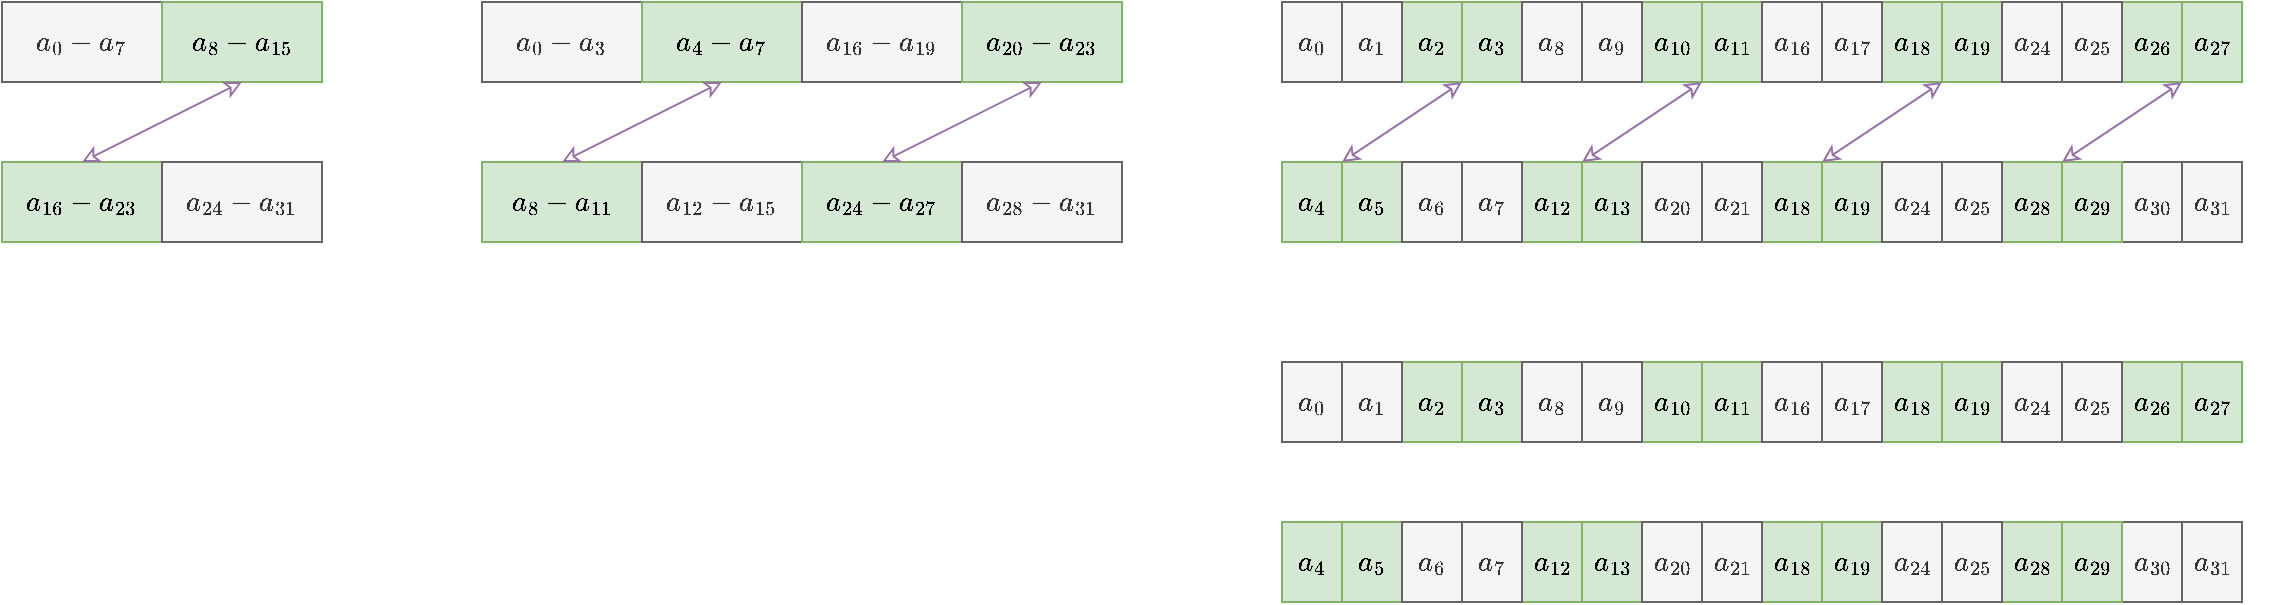
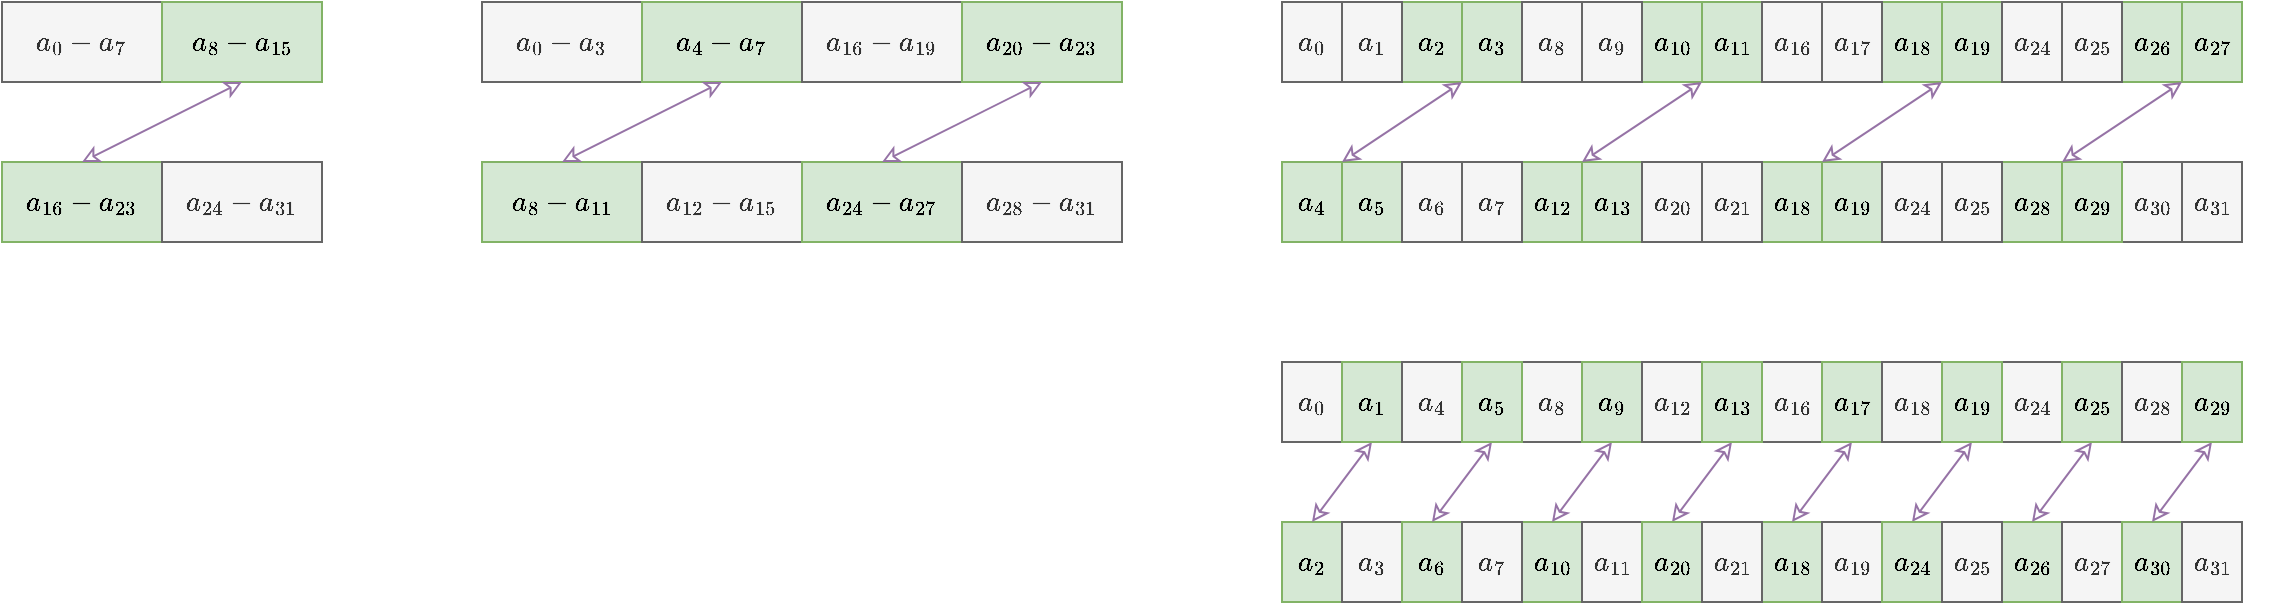
<mxfile host="app.diagrams.net" agent="Mozilla/5.0 (Windows NT 10.0; Win64; x64) AppleWebKit/537.36 (KHTML, like Gecko) Chrome/147.0.0.0 Safari/537.36">
  <diagram name="第 1 页" id="UbJ6MV8FVpi-ZYWMkB0j">
-     <mxGraphModel dx="964" dy="629" grid="1" gridSize="10" guides="1" tooltips="1" connect="1" arrows="1" fold="1" page="1" pageScale="1" pageWidth="1169" pageHeight="827" math="1" shadow="0">
+     <mxGraphModel dx="730" dy="472" grid="1" gridSize="10" guides="1" tooltips="1" connect="1" arrows="1" fold="1" page="1" pageScale="1" pageWidth="1169" pageHeight="827" math="1" shadow="0">
      <root>
        <mxCell id="0" />
        <mxCell id="1" parent="0" />
        <mxCell id="DzIEUbVQHIe73PoZphK8-167" parent="1" style="rounded=0;whiteSpace=wrap;html=1;fontFamily=Helvetica;fontSize=12;fillColor=#f5f5f5;fontColor=#333333;strokeColor=#666666;" value="$$a_{0}$$" vertex="1">
          <mxGeometry height="40" width="30" x="660" y="60" as="geometry" />
        </mxCell>
        <mxCell id="DzIEUbVQHIe73PoZphK8-168" parent="1" style="rounded=0;whiteSpace=wrap;html=1;fontSize=12;fillColor=#f5f5f5;fontColor=#333333;strokeColor=#666666;" value="$$a_{0} - a_{7}$$" vertex="1">
          <mxGeometry height="40" width="80" x="20" y="60" as="geometry" />
        </mxCell>
        <mxCell id="DzIEUbVQHIe73PoZphK8-169" parent="1" style="rounded=0;whiteSpace=wrap;html=1;fontSize=12;fillColor=#d5e8d4;strokeColor=#82b366;" value="$$a_{8} - a_{15}$$" vertex="1">
          <mxGeometry height="40" width="80" x="100" y="60" as="geometry" />
        </mxCell>
        <mxCell id="DzIEUbVQHIe73PoZphK8-170" parent="1" style="rounded=0;whiteSpace=wrap;html=1;fontSize=12;fillColor=#d5e8d4;strokeColor=#82b366;" value="$$a_{16} - a_{23}$$" vertex="1">
          <mxGeometry height="40" width="80" x="20" y="140" as="geometry" />
        </mxCell>
        <mxCell id="DzIEUbVQHIe73PoZphK8-171" parent="1" style="rounded=0;whiteSpace=wrap;html=1;fontSize=12;fillColor=#f5f5f5;fontColor=#333333;strokeColor=#666666;" value="$$a_{24} - a_{31}$$" vertex="1">
          <mxGeometry height="40" width="80" x="100" y="140" as="geometry" />
        </mxCell>
        <mxCell id="DzIEUbVQHIe73PoZphK8-172" edge="1" parent="1" source="DzIEUbVQHIe73PoZphK8-170" style="rounded=0;orthogonalLoop=1;jettySize=auto;html=1;endArrow=classic;endFill=0;strokeWidth=1;fillColor=#e1d5e7;strokeColor=#9673a6;startArrow=classic;startFill=0;entryX=0.5;entryY=1;entryDx=0;entryDy=0;exitX=0.5;exitY=0;exitDx=0;exitDy=0;" target="DzIEUbVQHIe73PoZphK8-169">
          <mxGeometry relative="1" as="geometry">
            <mxPoint x="60" y="130" as="sourcePoint" />
            <mxPoint x="140" y="110" as="targetPoint" />
          </mxGeometry>
        </mxCell>
        <mxCell id="DzIEUbVQHIe73PoZphK8-173" parent="1" style="rounded=0;whiteSpace=wrap;html=1;fontSize=12;fillColor=#f5f5f5;fontColor=#333333;strokeColor=#666666;" value="$$a_{0} - a_{3}$$" vertex="1">
          <mxGeometry height="40" width="80" x="260" y="60" as="geometry" />
        </mxCell>
        <mxCell id="DzIEUbVQHIe73PoZphK8-174" parent="1" style="rounded=0;whiteSpace=wrap;html=1;fontSize=12;fillColor=#d5e8d4;strokeColor=#82b366;" value="$$a_{4} - a_{7}$$" vertex="1">
          <mxGeometry height="40" width="80" x="340" y="60" as="geometry" />
        </mxCell>
        <mxCell id="DzIEUbVQHIe73PoZphK8-175" parent="1" style="rounded=0;whiteSpace=wrap;html=1;fontSize=12;fillColor=#d5e8d4;strokeColor=#82b366;" value="$$a_{8} - a_{11}$$" vertex="1">
          <mxGeometry height="40" width="80" x="260" y="140" as="geometry" />
        </mxCell>
        <mxCell id="DzIEUbVQHIe73PoZphK8-176" parent="1" style="rounded=0;whiteSpace=wrap;html=1;fontSize=12;fillColor=#f5f5f5;fontColor=#333333;strokeColor=#666666;" value="$$a_{12} - a_{15}$$" vertex="1">
          <mxGeometry height="40" width="80" x="340" y="140" as="geometry" />
        </mxCell>
        <mxCell id="DzIEUbVQHIe73PoZphK8-177" edge="1" parent="1" source="DzIEUbVQHIe73PoZphK8-175" style="rounded=0;orthogonalLoop=1;jettySize=auto;html=1;endArrow=classic;endFill=0;strokeWidth=1;fillColor=#e1d5e7;strokeColor=#9673a6;startArrow=classic;startFill=0;entryX=0.5;entryY=1;entryDx=0;entryDy=0;exitX=0.5;exitY=0;exitDx=0;exitDy=0;" target="DzIEUbVQHIe73PoZphK8-174">
          <mxGeometry relative="1" as="geometry">
            <mxPoint x="300" y="130" as="sourcePoint" />
            <mxPoint x="380" y="110" as="targetPoint" />
          </mxGeometry>
        </mxCell>
        <mxCell id="DzIEUbVQHIe73PoZphK8-178" parent="1" style="rounded=0;whiteSpace=wrap;html=1;fontSize=12;fillColor=#f5f5f5;fontColor=#333333;strokeColor=#666666;" value="$$a_{16} - a_{19}$$" vertex="1">
          <mxGeometry height="40" width="80" x="420" y="60" as="geometry" />
        </mxCell>
        <mxCell id="DzIEUbVQHIe73PoZphK8-179" parent="1" style="rounded=0;whiteSpace=wrap;html=1;fontSize=12;fillColor=#d5e8d4;strokeColor=#82b366;" value="$$a_{20} - a_{23}$$" vertex="1">
          <mxGeometry height="40" width="80" x="500" y="60" as="geometry" />
        </mxCell>
        <mxCell id="DzIEUbVQHIe73PoZphK8-180" parent="1" style="rounded=0;whiteSpace=wrap;html=1;fontSize=12;fillColor=#d5e8d4;strokeColor=#82b366;" value="$$a_{24} - a_{27}$$" vertex="1">
          <mxGeometry height="40" width="80" x="420" y="140" as="geometry" />
        </mxCell>
        <mxCell id="DzIEUbVQHIe73PoZphK8-181" parent="1" style="rounded=0;whiteSpace=wrap;html=1;fontSize=12;fillColor=#f5f5f5;fontColor=#333333;strokeColor=#666666;" value="$$a_{28} - a_{31}$$" vertex="1">
          <mxGeometry height="40" width="80" x="500" y="140" as="geometry" />
        </mxCell>
        <mxCell id="DzIEUbVQHIe73PoZphK8-182" edge="1" parent="1" source="DzIEUbVQHIe73PoZphK8-180" style="rounded=0;orthogonalLoop=1;jettySize=auto;html=1;endArrow=classic;endFill=0;strokeWidth=1;fillColor=#e1d5e7;strokeColor=#9673a6;startArrow=classic;startFill=0;entryX=0.5;entryY=1;entryDx=0;entryDy=0;exitX=0.5;exitY=0;exitDx=0;exitDy=0;" target="DzIEUbVQHIe73PoZphK8-179">
          <mxGeometry relative="1" as="geometry">
            <mxPoint x="460" y="130" as="sourcePoint" />
            <mxPoint x="540" y="110" as="targetPoint" />
          </mxGeometry>
        </mxCell>
        <mxCell id="DzIEUbVQHIe73PoZphK8-183" parent="1" style="rounded=0;whiteSpace=wrap;html=1;fontSize=12;fillColor=#d5e8d4;strokeColor=#82b366;" value="$$a_{2}$$" vertex="1">
          <mxGeometry height="40" width="30" x="720" y="60" as="geometry" />
        </mxCell>
        <mxCell id="DzIEUbVQHIe73PoZphK8-184" parent="1" style="rounded=0;whiteSpace=wrap;html=1;fontFamily=Helvetica;fontSize=12;fillColor=#f5f5f5;fontColor=#333333;strokeColor=#666666;" value="$$a_{1}$$" vertex="1">
          <mxGeometry height="40" width="30" x="690" y="60" as="geometry" />
        </mxCell>
        <mxCell id="DzIEUbVQHIe73PoZphK8-185" parent="1" style="rounded=0;whiteSpace=wrap;html=1;fontSize=12;fillColor=#d5e8d4;strokeColor=#82b366;" value="$$a_{3}$$" vertex="1">
          <mxGeometry height="40" width="30" x="750" y="60" as="geometry" />
        </mxCell>
        <mxCell id="DzIEUbVQHIe73PoZphK8-186" parent="1" style="rounded=0;whiteSpace=wrap;html=1;fontFamily=Helvetica;fontSize=12;fillColor=#f5f5f5;fontColor=#333333;strokeColor=#666666;" value="$$a_{8}$$" vertex="1">
          <mxGeometry height="40" width="30" x="780" y="60" as="geometry" />
        </mxCell>
        <mxCell id="DzIEUbVQHIe73PoZphK8-187" parent="1" style="rounded=0;whiteSpace=wrap;html=1;fontSize=12;fillColor=#d5e8d4;strokeColor=#82b366;" value="$$a_{10}$$" vertex="1">
          <mxGeometry height="40" width="30" x="840" y="60" as="geometry" />
        </mxCell>
        <mxCell id="DzIEUbVQHIe73PoZphK8-188" parent="1" style="rounded=0;whiteSpace=wrap;html=1;fontFamily=Helvetica;fontSize=12;fillColor=#f5f5f5;fontColor=#333333;strokeColor=#666666;" value="$$a_{9}$$" vertex="1">
          <mxGeometry height="40" width="30" x="810" y="60" as="geometry" />
        </mxCell>
        <mxCell id="DzIEUbVQHIe73PoZphK8-189" parent="1" style="rounded=0;whiteSpace=wrap;html=1;fontSize=12;fillColor=#d5e8d4;strokeColor=#82b366;" value="$$a_{11}$$" vertex="1">
          <mxGeometry height="40" width="30" x="870" y="60" as="geometry" />
        </mxCell>
        <mxCell id="DzIEUbVQHIe73PoZphK8-190" parent="1" style="rounded=0;whiteSpace=wrap;html=1;fontFamily=Helvetica;fontSize=12;fillColor=#f5f5f5;fontColor=#333333;strokeColor=#666666;" value="$$a_{16}$$" vertex="1">
          <mxGeometry height="40" width="30" x="900" y="60" as="geometry" />
        </mxCell>
        <mxCell id="DzIEUbVQHIe73PoZphK8-191" parent="1" style="rounded=0;whiteSpace=wrap;html=1;fontSize=12;fillColor=#d5e8d4;strokeColor=#82b366;" value="$$a_{18}$$" vertex="1">
          <mxGeometry height="40" width="30" x="960" y="60" as="geometry" />
        </mxCell>
        <mxCell id="DzIEUbVQHIe73PoZphK8-192" parent="1" style="rounded=0;whiteSpace=wrap;html=1;fontFamily=Helvetica;fontSize=12;fillColor=#f5f5f5;fontColor=#333333;strokeColor=#666666;" value="$$a_{17}$$" vertex="1">
          <mxGeometry height="40" width="30" x="930" y="60" as="geometry" />
        </mxCell>
        <mxCell id="DzIEUbVQHIe73PoZphK8-193" parent="1" style="rounded=0;whiteSpace=wrap;html=1;fontSize=12;fillColor=#d5e8d4;strokeColor=#82b366;" value="$$a_{19}$$" vertex="1">
          <mxGeometry height="40" width="30" x="990" y="60" as="geometry" />
        </mxCell>
        <mxCell id="DzIEUbVQHIe73PoZphK8-194" parent="1" style="rounded=0;whiteSpace=wrap;html=1;fontFamily=Helvetica;fontSize=12;fillColor=#f5f5f5;fontColor=#333333;strokeColor=#666666;" value="$$a_{24}$$" vertex="1">
          <mxGeometry height="40" width="30" x="1020" y="60" as="geometry" />
        </mxCell>
        <mxCell id="DzIEUbVQHIe73PoZphK8-195" parent="1" style="rounded=0;whiteSpace=wrap;html=1;fontSize=12;fillColor=#d5e8d4;strokeColor=#82b366;" value="$$a_{26}$$" vertex="1">
          <mxGeometry height="40" width="30" x="1080" y="60" as="geometry" />
        </mxCell>
        <mxCell id="DzIEUbVQHIe73PoZphK8-196" parent="1" style="rounded=0;whiteSpace=wrap;html=1;fontFamily=Helvetica;fontSize=12;fillColor=#f5f5f5;fontColor=#333333;strokeColor=#666666;" value="$$a_{25}$$" vertex="1">
          <mxGeometry height="40" width="30" x="1050" y="60" as="geometry" />
        </mxCell>
        <mxCell id="DzIEUbVQHIe73PoZphK8-197" parent="1" style="rounded=0;whiteSpace=wrap;html=1;fontSize=12;fillColor=#d5e8d4;strokeColor=#82b366;" value="$$a_{27}$$" vertex="1">
          <mxGeometry height="40" width="30" x="1110" y="60" as="geometry" />
        </mxCell>
        <mxCell id="DzIEUbVQHIe73PoZphK8-198" parent="1" style="rounded=0;whiteSpace=wrap;html=1;fontFamily=Helvetica;fontSize=12;fillColor=#f5f5f5;fontColor=#333333;strokeColor=#666666;" value="$$a_{30}$$" vertex="1">
          <mxGeometry height="40" width="30" x="1080" y="140" as="geometry" />
        </mxCell>
        <mxCell id="DzIEUbVQHIe73PoZphK8-199" parent="1" style="rounded=0;whiteSpace=wrap;html=1;fontSize=12;fillColor=#d5e8d4;strokeColor=#82b366;" value="$$a_{4}$$" vertex="1">
          <mxGeometry height="40" width="30" x="660" y="140" as="geometry" />
        </mxCell>
        <mxCell id="DzIEUbVQHIe73PoZphK8-200" parent="1" style="rounded=0;whiteSpace=wrap;html=1;fontFamily=Helvetica;fontSize=12;fillColor=#f5f5f5;fontColor=#333333;strokeColor=#666666;" value="$$a_{31}$$" vertex="1">
          <mxGeometry height="40" width="30" x="1110" y="140" as="geometry" />
        </mxCell>
        <mxCell id="DzIEUbVQHIe73PoZphK8-201" parent="1" style="rounded=0;whiteSpace=wrap;html=1;fontSize=12;fillColor=#d5e8d4;strokeColor=#82b366;" value="$$a_{5}$$" vertex="1">
          <mxGeometry height="40" width="30" x="690" y="140" as="geometry" />
        </mxCell>
        <mxCell id="DzIEUbVQHIe73PoZphK8-202" parent="1" style="rounded=0;whiteSpace=wrap;html=1;fontFamily=Helvetica;fontSize=12;fillColor=#f5f5f5;fontColor=#333333;strokeColor=#666666;" value="$$a_{6}$$" vertex="1">
          <mxGeometry height="40" width="30" x="720" y="140" as="geometry" />
        </mxCell>
        <mxCell id="DzIEUbVQHIe73PoZphK8-203" parent="1" style="rounded=0;whiteSpace=wrap;html=1;fontSize=12;fillColor=#d5e8d4;strokeColor=#82b366;" value="$$a_{12}$$" vertex="1">
          <mxGeometry height="40" width="30" x="780" y="140" as="geometry" />
        </mxCell>
        <mxCell id="DzIEUbVQHIe73PoZphK8-204" parent="1" style="rounded=0;whiteSpace=wrap;html=1;fontFamily=Helvetica;fontSize=12;fillColor=#f5f5f5;fontColor=#333333;strokeColor=#666666;" value="$$a_{7}$$" vertex="1">
          <mxGeometry height="40" width="30" x="750" y="140" as="geometry" />
        </mxCell>
        <mxCell id="DzIEUbVQHIe73PoZphK8-205" parent="1" style="rounded=0;whiteSpace=wrap;html=1;fontSize=12;fillColor=#d5e8d4;strokeColor=#82b366;" value="$$a_{13}$$" vertex="1">
          <mxGeometry height="40" width="30" x="810" y="140" as="geometry" />
        </mxCell>
        <mxCell id="DzIEUbVQHIe73PoZphK8-206" parent="1" style="rounded=0;whiteSpace=wrap;html=1;fontFamily=Helvetica;fontSize=12;fillColor=#f5f5f5;fontColor=#333333;strokeColor=#666666;" value="$$a_{20}$$" vertex="1">
          <mxGeometry height="40" width="30" x="840" y="140" as="geometry" />
        </mxCell>
        <mxCell id="DzIEUbVQHIe73PoZphK8-207" parent="1" style="rounded=0;whiteSpace=wrap;html=1;fontSize=12;fillColor=#d5e8d4;strokeColor=#82b366;" value="$$a_{18}$$" vertex="1">
          <mxGeometry height="40" width="30" x="900" y="140" as="geometry" />
        </mxCell>
        <mxCell id="DzIEUbVQHIe73PoZphK8-208" parent="1" style="rounded=0;whiteSpace=wrap;html=1;fontFamily=Helvetica;fontSize=12;fillColor=#f5f5f5;fontColor=#333333;strokeColor=#666666;" value="$$a_{21}$$" vertex="1">
          <mxGeometry height="40" width="30" x="870" y="140" as="geometry" />
        </mxCell>
        <mxCell id="DzIEUbVQHIe73PoZphK8-209" parent="1" style="rounded=0;whiteSpace=wrap;html=1;fontSize=12;fillColor=#d5e8d4;strokeColor=#82b366;" value="$$a_{19}$$" vertex="1">
          <mxGeometry height="40" width="30" x="930" y="140" as="geometry" />
        </mxCell>
        <mxCell id="DzIEUbVQHIe73PoZphK8-210" parent="1" style="rounded=0;whiteSpace=wrap;html=1;fontFamily=Helvetica;fontSize=12;fillColor=#f5f5f5;fontColor=#333333;strokeColor=#666666;" value="$$a_{24}$$" vertex="1">
          <mxGeometry height="40" width="30" x="960" y="140" as="geometry" />
        </mxCell>
        <mxCell id="DzIEUbVQHIe73PoZphK8-211" parent="1" style="rounded=0;whiteSpace=wrap;html=1;fontSize=12;fillColor=#d5e8d4;strokeColor=#82b366;" value="$$a_{28}$$" vertex="1">
          <mxGeometry height="40" width="30" x="1020" y="140" as="geometry" />
        </mxCell>
        <mxCell id="DzIEUbVQHIe73PoZphK8-212" parent="1" style="rounded=0;whiteSpace=wrap;html=1;fontFamily=Helvetica;fontSize=12;fillColor=#f5f5f5;fontColor=#333333;strokeColor=#666666;" value="$$a_{25}$$" vertex="1">
          <mxGeometry height="40" width="30" x="990" y="140" as="geometry" />
        </mxCell>
        <mxCell id="DzIEUbVQHIe73PoZphK8-213" parent="1" style="rounded=0;whiteSpace=wrap;html=1;fontSize=12;fillColor=#d5e8d4;strokeColor=#82b366;" value="$$a_{29}$$" vertex="1">
          <mxGeometry height="40" width="30" x="1050" y="140" as="geometry" />
        </mxCell>
        <mxCell id="DzIEUbVQHIe73PoZphK8-214" edge="1" parent="1" source="DzIEUbVQHIe73PoZphK8-201" style="rounded=0;orthogonalLoop=1;jettySize=auto;html=1;endArrow=classic;endFill=0;strokeWidth=1;fillColor=#e1d5e7;strokeColor=#9673a6;startArrow=classic;startFill=0;entryX=1;entryY=1;entryDx=0;entryDy=0;exitX=0;exitY=0;exitDx=0;exitDy=0;" target="DzIEUbVQHIe73PoZphK8-183">
          <mxGeometry relative="1" as="geometry">
            <mxPoint x="690" y="160" as="sourcePoint" />
            <mxPoint x="770" y="120" as="targetPoint" />
          </mxGeometry>
        </mxCell>
        <mxCell id="DzIEUbVQHIe73PoZphK8-215" edge="1" parent="1" style="rounded=0;orthogonalLoop=1;jettySize=auto;html=1;endArrow=classic;endFill=0;strokeWidth=1;fillColor=#e1d5e7;strokeColor=#9673a6;startArrow=classic;startFill=0;entryX=1;entryY=1;entryDx=0;entryDy=0;exitX=0;exitY=0;exitDx=0;exitDy=0;">
          <mxGeometry relative="1" as="geometry">
            <mxPoint x="810" y="140" as="sourcePoint" />
            <mxPoint x="870" y="100" as="targetPoint" />
          </mxGeometry>
        </mxCell>
        <mxCell id="DzIEUbVQHIe73PoZphK8-216" edge="1" parent="1" style="rounded=0;orthogonalLoop=1;jettySize=auto;html=1;endArrow=classic;endFill=0;strokeWidth=1;fillColor=#e1d5e7;strokeColor=#9673a6;startArrow=classic;startFill=0;entryX=1;entryY=1;entryDx=0;entryDy=0;exitX=0;exitY=0;exitDx=0;exitDy=0;">
          <mxGeometry relative="1" as="geometry">
            <mxPoint x="930" y="140" as="sourcePoint" />
            <mxPoint x="990" y="100" as="targetPoint" />
          </mxGeometry>
        </mxCell>
        <mxCell id="DzIEUbVQHIe73PoZphK8-217" edge="1" parent="1" style="rounded=0;orthogonalLoop=1;jettySize=auto;html=1;endArrow=classic;endFill=0;strokeWidth=1;fillColor=#e1d5e7;strokeColor=#9673a6;startArrow=classic;startFill=0;entryX=1;entryY=1;entryDx=0;entryDy=0;exitX=0;exitY=0;exitDx=0;exitDy=0;">
          <mxGeometry relative="1" as="geometry">
            <mxPoint x="1050" y="140" as="sourcePoint" />
            <mxPoint x="1110" y="100" as="targetPoint" />
          </mxGeometry>
        </mxCell>
        <mxCell id="DzIEUbVQHIe73PoZphK8-218" parent="1" style="rounded=0;whiteSpace=wrap;html=1;fontFamily=Helvetica;fontSize=12;fillColor=#f5f5f5;fontColor=#333333;strokeColor=#666666;" value="$$a_{0}$$" vertex="1">
          <mxGeometry height="40" width="30" x="660" y="240" as="geometry" />
        </mxCell>
        <mxCell id="DzIEUbVQHIe73PoZphK8-219" parent="1" style="rounded=0;whiteSpace=wrap;html=1;fontSize=12;fillColor=#d5e8d4;strokeColor=#82b366;" value="$$a_{2}$$" vertex="1">
-           <mxGeometry height="40" width="30" x="720" y="240" as="geometry" />
-         </mxCell>
-         <mxCell id="DzIEUbVQHIe73PoZphK8-220" parent="1" style="rounded=0;whiteSpace=wrap;html=1;fontFamily=Helvetica;fontSize=12;fillColor=#f5f5f5;fontColor=#333333;strokeColor=#666666;" value="$$a_{1}$$" vertex="1">
+           <mxGeometry height="40" width="30" x="660" y="320" as="geometry" />
+         </mxCell>
+         <mxCell id="DzIEUbVQHIe73PoZphK8-253" edge="1" parent="1" source="DzIEUbVQHIe73PoZphK8-220" style="edgeStyle=none;shape=connector;rounded=0;orthogonalLoop=1;jettySize=auto;html=1;exitX=0.5;exitY=1;exitDx=0;exitDy=0;entryX=0.5;entryY=0;entryDx=0;entryDy=0;strokeColor=#9673a6;strokeWidth=1;align=center;verticalAlign=middle;fontFamily=Helvetica;fontSize=11;fontColor=default;labelBackgroundColor=default;startArrow=classic;startFill=0;endArrow=classic;endFill=0;fillColor=#e1d5e7;" target="DzIEUbVQHIe73PoZphK8-219">
+           <mxGeometry relative="1" as="geometry" />
+         </mxCell>
+         <mxCell id="DzIEUbVQHIe73PoZphK8-220" parent="1" style="rounded=0;whiteSpace=wrap;html=1;fontFamily=Helvetica;fontSize=12;fillColor=#d5e8d4;fontColor=default;strokeColor=#82b366;align=center;verticalAlign=middle;" value="$$a_{1}$$" vertex="1">
          <mxGeometry height="40" width="30" x="690" y="240" as="geometry" />
        </mxCell>
-         <mxCell id="DzIEUbVQHIe73PoZphK8-221" parent="1" style="rounded=0;whiteSpace=wrap;html=1;fontSize=12;fillColor=#d5e8d4;strokeColor=#82b366;" value="$$a_{3}$$" vertex="1">
-           <mxGeometry height="40" width="30" x="750" y="240" as="geometry" />
+         <mxCell id="DzIEUbVQHIe73PoZphK8-221" parent="1" style="rounded=0;whiteSpace=wrap;html=1;fontSize=12;fillColor=#f5f5f5;strokeColor=#666666;align=center;verticalAlign=middle;fontFamily=Helvetica;fontColor=#333333;" value="$$a_{3}$$" vertex="1">
+           <mxGeometry height="40" width="30" x="690" y="320" as="geometry" />
        </mxCell>
        <mxCell id="DzIEUbVQHIe73PoZphK8-222" parent="1" style="rounded=0;whiteSpace=wrap;html=1;fontFamily=Helvetica;fontSize=12;fillColor=#f5f5f5;fontColor=#333333;strokeColor=#666666;" value="$$a_{8}$$" vertex="1">
          <mxGeometry height="40" width="30" x="780" y="240" as="geometry" />
        </mxCell>
        <mxCell id="DzIEUbVQHIe73PoZphK8-223" parent="1" style="rounded=0;whiteSpace=wrap;html=1;fontSize=12;fillColor=#d5e8d4;strokeColor=#82b366;" value="$$a_{10}$$" vertex="1">
-           <mxGeometry height="40" width="30" x="840" y="240" as="geometry" />
-         </mxCell>
-         <mxCell id="DzIEUbVQHIe73PoZphK8-224" parent="1" style="rounded=0;whiteSpace=wrap;html=1;fontFamily=Helvetica;fontSize=12;fillColor=#f5f5f5;fontColor=#333333;strokeColor=#666666;" value="$$a_{9}$$" vertex="1">
+           <mxGeometry height="40" width="30" x="780" y="320" as="geometry" />
+         </mxCell>
+         <mxCell id="DzIEUbVQHIe73PoZphK8-256" edge="1" parent="1" source="DzIEUbVQHIe73PoZphK8-224" style="edgeStyle=none;shape=connector;rounded=0;orthogonalLoop=1;jettySize=auto;html=1;exitX=0.5;exitY=1;exitDx=0;exitDy=0;entryX=0.5;entryY=0;entryDx=0;entryDy=0;strokeColor=#9673a6;strokeWidth=1;align=center;verticalAlign=middle;fontFamily=Helvetica;fontSize=11;fontColor=default;labelBackgroundColor=default;startArrow=classic;startFill=0;endArrow=classic;endFill=0;fillColor=#e1d5e7;" target="DzIEUbVQHIe73PoZphK8-223">
+           <mxGeometry relative="1" as="geometry" />
+         </mxCell>
+         <mxCell id="DzIEUbVQHIe73PoZphK8-224" parent="1" style="rounded=0;whiteSpace=wrap;html=1;fontFamily=Helvetica;fontSize=12;fillColor=#d5e8d4;fontColor=default;strokeColor=#82b366;align=center;verticalAlign=middle;" value="$$a_{9}$$" vertex="1">
          <mxGeometry height="40" width="30" x="810" y="240" as="geometry" />
        </mxCell>
-         <mxCell id="DzIEUbVQHIe73PoZphK8-225" parent="1" style="rounded=0;whiteSpace=wrap;html=1;fontSize=12;fillColor=#d5e8d4;strokeColor=#82b366;" value="$$a_{11}$$" vertex="1">
-           <mxGeometry height="40" width="30" x="870" y="240" as="geometry" />
+         <mxCell id="DzIEUbVQHIe73PoZphK8-225" parent="1" style="rounded=0;whiteSpace=wrap;html=1;fontSize=12;fillColor=#f5f5f5;strokeColor=#666666;align=center;verticalAlign=middle;fontFamily=Helvetica;fontColor=#333333;" value="$$a_{11}$$" vertex="1">
+           <mxGeometry height="40" width="30" x="810" y="320" as="geometry" />
        </mxCell>
        <mxCell id="DzIEUbVQHIe73PoZphK8-226" parent="1" style="rounded=0;whiteSpace=wrap;html=1;fontFamily=Helvetica;fontSize=12;fillColor=#f5f5f5;fontColor=#333333;strokeColor=#666666;" value="$$a_{16}$$" vertex="1">
          <mxGeometry height="40" width="30" x="900" y="240" as="geometry" />
        </mxCell>
        <mxCell id="DzIEUbVQHIe73PoZphK8-227" parent="1" style="rounded=0;whiteSpace=wrap;html=1;fontSize=12;fillColor=#d5e8d4;strokeColor=#82b366;" value="$$a_{18}$$" vertex="1">
-           <mxGeometry height="40" width="30" x="960" y="240" as="geometry" />
-         </mxCell>
-         <mxCell id="DzIEUbVQHIe73PoZphK8-228" parent="1" style="rounded=0;whiteSpace=wrap;html=1;fontFamily=Helvetica;fontSize=12;fillColor=#f5f5f5;fontColor=#333333;strokeColor=#666666;" value="$$a_{17}$$" vertex="1">
+           <mxGeometry height="40" width="30" x="900" y="320" as="geometry" />
+         </mxCell>
+         <mxCell id="DzIEUbVQHIe73PoZphK8-258" edge="1" parent="1" source="DzIEUbVQHIe73PoZphK8-228" style="edgeStyle=none;shape=connector;rounded=0;orthogonalLoop=1;jettySize=auto;html=1;exitX=0.5;exitY=1;exitDx=0;exitDy=0;entryX=0.5;entryY=0;entryDx=0;entryDy=0;strokeColor=#9673a6;strokeWidth=1;align=center;verticalAlign=middle;fontFamily=Helvetica;fontSize=11;fontColor=default;labelBackgroundColor=default;startArrow=classic;startFill=0;endArrow=classic;endFill=0;fillColor=#e1d5e7;" target="DzIEUbVQHIe73PoZphK8-227">
+           <mxGeometry relative="1" as="geometry" />
+         </mxCell>
+         <mxCell id="DzIEUbVQHIe73PoZphK8-228" parent="1" style="rounded=0;whiteSpace=wrap;html=1;fontFamily=Helvetica;fontSize=12;fillColor=#d5e8d4;fontColor=default;strokeColor=#82b366;align=center;verticalAlign=middle;" value="$$a_{17}$$" vertex="1">
          <mxGeometry height="40" width="30" x="930" y="240" as="geometry" />
        </mxCell>
-         <mxCell id="DzIEUbVQHIe73PoZphK8-229" parent="1" style="rounded=0;whiteSpace=wrap;html=1;fontSize=12;fillColor=#d5e8d4;strokeColor=#82b366;" value="$$a_{19}$$" vertex="1">
-           <mxGeometry height="40" width="30" x="990" y="240" as="geometry" />
+         <mxCell id="DzIEUbVQHIe73PoZphK8-229" parent="1" style="rounded=0;whiteSpace=wrap;html=1;fontSize=12;fillColor=#f5f5f5;strokeColor=#666666;align=center;verticalAlign=middle;fontFamily=Helvetica;fontColor=#333333;" value="$$a_{19}$$" vertex="1">
+           <mxGeometry height="40" width="30" x="930" y="320" as="geometry" />
        </mxCell>
        <mxCell id="DzIEUbVQHIe73PoZphK8-230" parent="1" style="rounded=0;whiteSpace=wrap;html=1;fontFamily=Helvetica;fontSize=12;fillColor=#f5f5f5;fontColor=#333333;strokeColor=#666666;" value="$$a_{24}$$" vertex="1">
          <mxGeometry height="40" width="30" x="1020" y="240" as="geometry" />
        </mxCell>
        <mxCell id="DzIEUbVQHIe73PoZphK8-231" parent="1" style="rounded=0;whiteSpace=wrap;html=1;fontSize=12;fillColor=#d5e8d4;strokeColor=#82b366;" value="$$a_{26}$$" vertex="1">
-           <mxGeometry height="40" width="30" x="1080" y="240" as="geometry" />
-         </mxCell>
-         <mxCell id="DzIEUbVQHIe73PoZphK8-232" parent="1" style="rounded=0;whiteSpace=wrap;html=1;fontFamily=Helvetica;fontSize=12;fillColor=#f5f5f5;fontColor=#333333;strokeColor=#666666;" value="$$a_{25}$$" vertex="1">
+           <mxGeometry height="40" width="30" x="1020" y="320" as="geometry" />
+         </mxCell>
+         <mxCell id="DzIEUbVQHIe73PoZphK8-260" edge="1" parent="1" source="DzIEUbVQHIe73PoZphK8-232" style="edgeStyle=none;shape=connector;rounded=0;orthogonalLoop=1;jettySize=auto;html=1;exitX=0.5;exitY=1;exitDx=0;exitDy=0;entryX=0.5;entryY=0;entryDx=0;entryDy=0;strokeColor=#9673a6;strokeWidth=1;align=center;verticalAlign=middle;fontFamily=Helvetica;fontSize=11;fontColor=default;labelBackgroundColor=default;startArrow=classic;startFill=0;endArrow=classic;endFill=0;fillColor=#e1d5e7;" target="DzIEUbVQHIe73PoZphK8-231">
+           <mxGeometry relative="1" as="geometry" />
+         </mxCell>
+         <mxCell id="DzIEUbVQHIe73PoZphK8-232" parent="1" style="rounded=0;whiteSpace=wrap;html=1;fontFamily=Helvetica;fontSize=12;fillColor=#d5e8d4;fontColor=default;strokeColor=#82b366;align=center;verticalAlign=middle;" value="$$a_{25}$$" vertex="1">
          <mxGeometry height="40" width="30" x="1050" y="240" as="geometry" />
        </mxCell>
-         <mxCell id="DzIEUbVQHIe73PoZphK8-233" parent="1" style="rounded=0;whiteSpace=wrap;html=1;fontSize=12;fillColor=#d5e8d4;strokeColor=#82b366;" value="$$a_{27}$$" vertex="1">
-           <mxGeometry height="40" width="30" x="1110" y="240" as="geometry" />
-         </mxCell>
-         <mxCell id="DzIEUbVQHIe73PoZphK8-234" parent="1" style="rounded=0;whiteSpace=wrap;html=1;fontFamily=Helvetica;fontSize=12;fillColor=#f5f5f5;fontColor=#333333;strokeColor=#666666;" value="$$a_{30}$$" vertex="1">
+         <mxCell id="DzIEUbVQHIe73PoZphK8-233" parent="1" style="rounded=0;whiteSpace=wrap;html=1;fontSize=12;fillColor=#f5f5f5;strokeColor=#666666;align=center;verticalAlign=middle;fontFamily=Helvetica;fontColor=#333333;" value="$$a_{27}$$" vertex="1">
+           <mxGeometry height="40" width="30" x="1050" y="320" as="geometry" />
+         </mxCell>
+         <mxCell id="DzIEUbVQHIe73PoZphK8-234" parent="1" style="rounded=0;whiteSpace=wrap;html=1;fontFamily=Helvetica;fontSize=12;fillColor=#d5e8d4;fontColor=default;strokeColor=#82b366;align=center;verticalAlign=middle;" value="$$a_{30}$$" vertex="1">
          <mxGeometry height="40" width="30" x="1080" y="320" as="geometry" />
        </mxCell>
-         <mxCell id="DzIEUbVQHIe73PoZphK8-235" parent="1" style="rounded=0;whiteSpace=wrap;html=1;fontSize=12;fillColor=#d5e8d4;strokeColor=#82b366;" value="$$a_{4}$$" vertex="1">
-           <mxGeometry height="40" width="30" x="660" y="320" as="geometry" />
-         </mxCell>
-         <mxCell id="DzIEUbVQHIe73PoZphK8-236" parent="1" style="rounded=0;whiteSpace=wrap;html=1;fontFamily=Helvetica;fontSize=12;fillColor=#f5f5f5;fontColor=#333333;strokeColor=#666666;" value="$$a_{31}$$" vertex="1">
+         <mxCell id="DzIEUbVQHIe73PoZphK8-236" parent="1" style="rounded=0;whiteSpace=wrap;html=1;fontFamily=Helvetica;fontSize=12;fillColor=#f5f5f5;fontColor=#333333;strokeColor=#666666;align=center;verticalAlign=middle;" value="$$a_{31}$$" vertex="1">
          <mxGeometry height="40" width="30" x="1110" y="320" as="geometry" />
        </mxCell>
-         <mxCell id="DzIEUbVQHIe73PoZphK8-237" parent="1" style="rounded=0;whiteSpace=wrap;html=1;fontSize=12;fillColor=#d5e8d4;strokeColor=#82b366;" value="$$a_{5}$$" vertex="1">
-           <mxGeometry height="40" width="30" x="690" y="320" as="geometry" />
-         </mxCell>
-         <mxCell id="DzIEUbVQHIe73PoZphK8-238" parent="1" style="rounded=0;whiteSpace=wrap;html=1;fontFamily=Helvetica;fontSize=12;fillColor=#f5f5f5;fontColor=#333333;strokeColor=#666666;" value="$$a_{6}$$" vertex="1">
+         <mxCell id="DzIEUbVQHIe73PoZphK8-238" parent="1" style="rounded=0;whiteSpace=wrap;html=1;fontFamily=Helvetica;fontSize=12;fillColor=#d5e8d4;fontColor=default;strokeColor=#82b366;align=center;verticalAlign=middle;" value="$$a_{6}$$" vertex="1">
          <mxGeometry height="40" width="30" x="720" y="320" as="geometry" />
        </mxCell>
-         <mxCell id="DzIEUbVQHIe73PoZphK8-239" parent="1" style="rounded=0;whiteSpace=wrap;html=1;fontSize=12;fillColor=#d5e8d4;strokeColor=#82b366;" value="$$a_{12}$$" vertex="1">
-           <mxGeometry height="40" width="30" x="780" y="320" as="geometry" />
+         <mxCell id="DzIEUbVQHIe73PoZphK8-239" parent="1" style="rounded=0;whiteSpace=wrap;html=1;fontSize=12;fillColor=#f5f5f5;strokeColor=#666666;align=center;verticalAlign=middle;fontFamily=Helvetica;fontColor=#333333;" value="$$a_{12}$$" vertex="1">
+           <mxGeometry height="40" width="30" x="840" y="240" as="geometry" />
        </mxCell>
        <mxCell id="DzIEUbVQHIe73PoZphK8-240" parent="1" style="rounded=0;whiteSpace=wrap;html=1;fontFamily=Helvetica;fontSize=12;fillColor=#f5f5f5;fontColor=#333333;strokeColor=#666666;" value="$$a_{7}$$" vertex="1">
          <mxGeometry height="40" width="30" x="750" y="320" as="geometry" />
        </mxCell>
+         <mxCell id="DzIEUbVQHIe73PoZphK8-257" edge="1" parent="1" source="DzIEUbVQHIe73PoZphK8-241" style="edgeStyle=none;shape=connector;rounded=0;orthogonalLoop=1;jettySize=auto;html=1;exitX=0.5;exitY=1;exitDx=0;exitDy=0;entryX=0.5;entryY=0;entryDx=0;entryDy=0;strokeColor=#9673a6;strokeWidth=1;align=center;verticalAlign=middle;fontFamily=Helvetica;fontSize=11;fontColor=default;labelBackgroundColor=default;startArrow=classic;startFill=0;endArrow=classic;endFill=0;fillColor=#e1d5e7;" target="DzIEUbVQHIe73PoZphK8-242">
+           <mxGeometry relative="1" as="geometry" />
+         </mxCell>
        <mxCell id="DzIEUbVQHIe73PoZphK8-241" parent="1" style="rounded=0;whiteSpace=wrap;html=1;fontSize=12;fillColor=#d5e8d4;strokeColor=#82b366;" value="$$a_{13}$$" vertex="1">
-           <mxGeometry height="40" width="30" x="810" y="320" as="geometry" />
-         </mxCell>
-         <mxCell id="DzIEUbVQHIe73PoZphK8-242" parent="1" style="rounded=0;whiteSpace=wrap;html=1;fontFamily=Helvetica;fontSize=12;fillColor=#f5f5f5;fontColor=#333333;strokeColor=#666666;" value="$$a_{20}$$" vertex="1">
+           <mxGeometry height="40" width="30" x="870" y="240" as="geometry" />
+         </mxCell>
+         <mxCell id="DzIEUbVQHIe73PoZphK8-242" parent="1" style="rounded=0;whiteSpace=wrap;html=1;fontFamily=Helvetica;fontSize=12;fillColor=#d5e8d4;fontColor=default;strokeColor=#82b366;align=center;verticalAlign=middle;" value="$$a_{20}$$" vertex="1">
          <mxGeometry height="40" width="30" x="840" y="320" as="geometry" />
        </mxCell>
-         <mxCell id="DzIEUbVQHIe73PoZphK8-243" parent="1" style="rounded=0;whiteSpace=wrap;html=1;fontSize=12;fillColor=#d5e8d4;strokeColor=#82b366;" value="$$a_{18}$$" vertex="1">
-           <mxGeometry height="40" width="30" x="900" y="320" as="geometry" />
+         <mxCell id="DzIEUbVQHIe73PoZphK8-243" parent="1" style="rounded=0;whiteSpace=wrap;html=1;fontSize=12;fillColor=#f5f5f5;strokeColor=#666666;align=center;verticalAlign=middle;fontFamily=Helvetica;fontColor=#333333;" value="$$a_{18}$$" vertex="1">
+           <mxGeometry height="40" width="30" x="960" y="240" as="geometry" />
        </mxCell>
        <mxCell id="DzIEUbVQHIe73PoZphK8-244" parent="1" style="rounded=0;whiteSpace=wrap;html=1;fontFamily=Helvetica;fontSize=12;fillColor=#f5f5f5;fontColor=#333333;strokeColor=#666666;" value="$$a_{21}$$" vertex="1">
          <mxGeometry height="40" width="30" x="870" y="320" as="geometry" />
        </mxCell>
+         <mxCell id="DzIEUbVQHIe73PoZphK8-259" edge="1" parent="1" source="DzIEUbVQHIe73PoZphK8-245" style="edgeStyle=none;shape=connector;rounded=0;orthogonalLoop=1;jettySize=auto;html=1;exitX=0.5;exitY=1;exitDx=0;exitDy=0;entryX=0.5;entryY=0;entryDx=0;entryDy=0;strokeColor=#9673a6;strokeWidth=1;align=center;verticalAlign=middle;fontFamily=Helvetica;fontSize=11;fontColor=default;labelBackgroundColor=default;startArrow=classic;startFill=0;endArrow=classic;endFill=0;fillColor=#e1d5e7;" target="DzIEUbVQHIe73PoZphK8-246">
+           <mxGeometry relative="1" as="geometry" />
+         </mxCell>
        <mxCell id="DzIEUbVQHIe73PoZphK8-245" parent="1" style="rounded=0;whiteSpace=wrap;html=1;fontSize=12;fillColor=#d5e8d4;strokeColor=#82b366;" value="$$a_{19}$$" vertex="1">
-           <mxGeometry height="40" width="30" x="930" y="320" as="geometry" />
-         </mxCell>
-         <mxCell id="DzIEUbVQHIe73PoZphK8-246" parent="1" style="rounded=0;whiteSpace=wrap;html=1;fontFamily=Helvetica;fontSize=12;fillColor=#f5f5f5;fontColor=#333333;strokeColor=#666666;" value="$$a_{24}$$" vertex="1">
+           <mxGeometry height="40" width="30" x="990" y="240" as="geometry" />
+         </mxCell>
+         <mxCell id="DzIEUbVQHIe73PoZphK8-246" parent="1" style="rounded=0;whiteSpace=wrap;html=1;fontFamily=Helvetica;fontSize=12;fillColor=#d5e8d4;fontColor=default;strokeColor=#82b366;align=center;verticalAlign=middle;" value="$$a_{24}$$" vertex="1">
          <mxGeometry height="40" width="30" x="960" y="320" as="geometry" />
        </mxCell>
-         <mxCell id="DzIEUbVQHIe73PoZphK8-247" parent="1" style="rounded=0;whiteSpace=wrap;html=1;fontSize=12;fillColor=#d5e8d4;strokeColor=#82b366;" value="$$a_{28}$$" vertex="1">
-           <mxGeometry height="40" width="30" x="1020" y="320" as="geometry" />
+         <mxCell id="DzIEUbVQHIe73PoZphK8-247" parent="1" style="rounded=0;whiteSpace=wrap;html=1;fontSize=12;fillColor=#f5f5f5;strokeColor=#666666;align=center;verticalAlign=middle;fontFamily=Helvetica;fontColor=#333333;" value="$$a_{28}$$" vertex="1">
+           <mxGeometry height="40" width="30" x="1080" y="240" as="geometry" />
        </mxCell>
        <mxCell id="DzIEUbVQHIe73PoZphK8-248" parent="1" style="rounded=0;whiteSpace=wrap;html=1;fontFamily=Helvetica;fontSize=12;fillColor=#f5f5f5;fontColor=#333333;strokeColor=#666666;" value="$$a_{25}$$" vertex="1">
          <mxGeometry height="40" width="30" x="990" y="320" as="geometry" />
        </mxCell>
+         <mxCell id="DzIEUbVQHIe73PoZphK8-261" edge="1" parent="1" source="DzIEUbVQHIe73PoZphK8-249" style="edgeStyle=none;shape=connector;rounded=0;orthogonalLoop=1;jettySize=auto;html=1;exitX=0.5;exitY=1;exitDx=0;exitDy=0;entryX=0.5;entryY=0;entryDx=0;entryDy=0;strokeColor=#9673a6;strokeWidth=1;align=center;verticalAlign=middle;fontFamily=Helvetica;fontSize=11;fontColor=default;labelBackgroundColor=default;startArrow=classic;startFill=0;endArrow=classic;endFill=0;fillColor=#e1d5e7;" target="DzIEUbVQHIe73PoZphK8-234">
+           <mxGeometry relative="1" as="geometry" />
+         </mxCell>
        <mxCell id="DzIEUbVQHIe73PoZphK8-249" parent="1" style="rounded=0;whiteSpace=wrap;html=1;fontSize=12;fillColor=#d5e8d4;strokeColor=#82b366;" value="$$a_{29}$$" vertex="1">
-           <mxGeometry height="40" width="30" x="1050" y="320" as="geometry" />
+           <mxGeometry height="40" width="30" x="1110" y="240" as="geometry" />
+         </mxCell>
+         <mxCell id="DzIEUbVQHIe73PoZphK8-250" parent="1" style="rounded=0;whiteSpace=wrap;html=1;fontSize=12;fillColor=#f5f5f5;strokeColor=#666666;align=center;verticalAlign=middle;fontFamily=Helvetica;fontColor=#333333;" value="$$a_{4}$$" vertex="1">
+           <mxGeometry height="40" width="30" x="720" y="240" as="geometry" />
+         </mxCell>
+         <mxCell id="DzIEUbVQHIe73PoZphK8-254" edge="1" parent="1" source="DzIEUbVQHIe73PoZphK8-251" style="edgeStyle=none;shape=connector;rounded=0;orthogonalLoop=1;jettySize=auto;html=1;exitX=0.5;exitY=1;exitDx=0;exitDy=0;entryX=0.5;entryY=0;entryDx=0;entryDy=0;strokeColor=#9673a6;strokeWidth=1;align=center;verticalAlign=middle;fontFamily=Helvetica;fontSize=11;fontColor=default;labelBackgroundColor=default;startArrow=classic;startFill=0;endArrow=classic;endFill=0;fillColor=#e1d5e7;" target="DzIEUbVQHIe73PoZphK8-238">
+           <mxGeometry relative="1" as="geometry" />
+         </mxCell>
+         <mxCell id="DzIEUbVQHIe73PoZphK8-251" parent="1" style="rounded=0;whiteSpace=wrap;html=1;fontSize=12;fillColor=#d5e8d4;strokeColor=#82b366;" value="$$a_{5}$$" vertex="1">
+           <mxGeometry height="40" width="30" x="750" y="240" as="geometry" />
        </mxCell>
      </root>
    </mxGraphModel>
  </diagram>
</mxfile>
